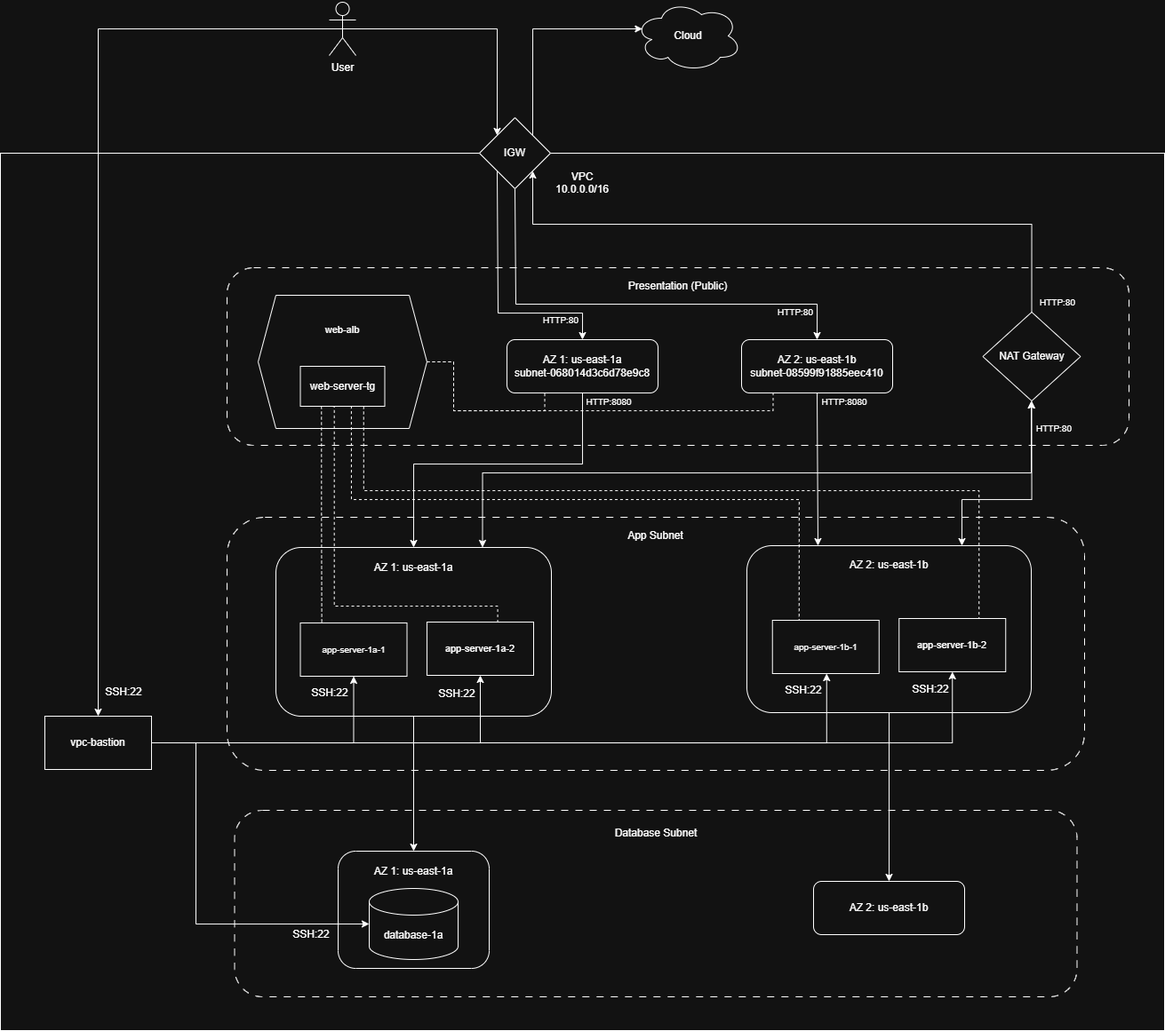
The draw.io diagram architecture/architecture-diagram.png in Jcaldana97/ce-project-three-tier-arch, before a commit. Source tidied: cells renumbered, new cells last; positions are measured from the earlier drawing's top-left corner, leaving out a move shared by most shapes.
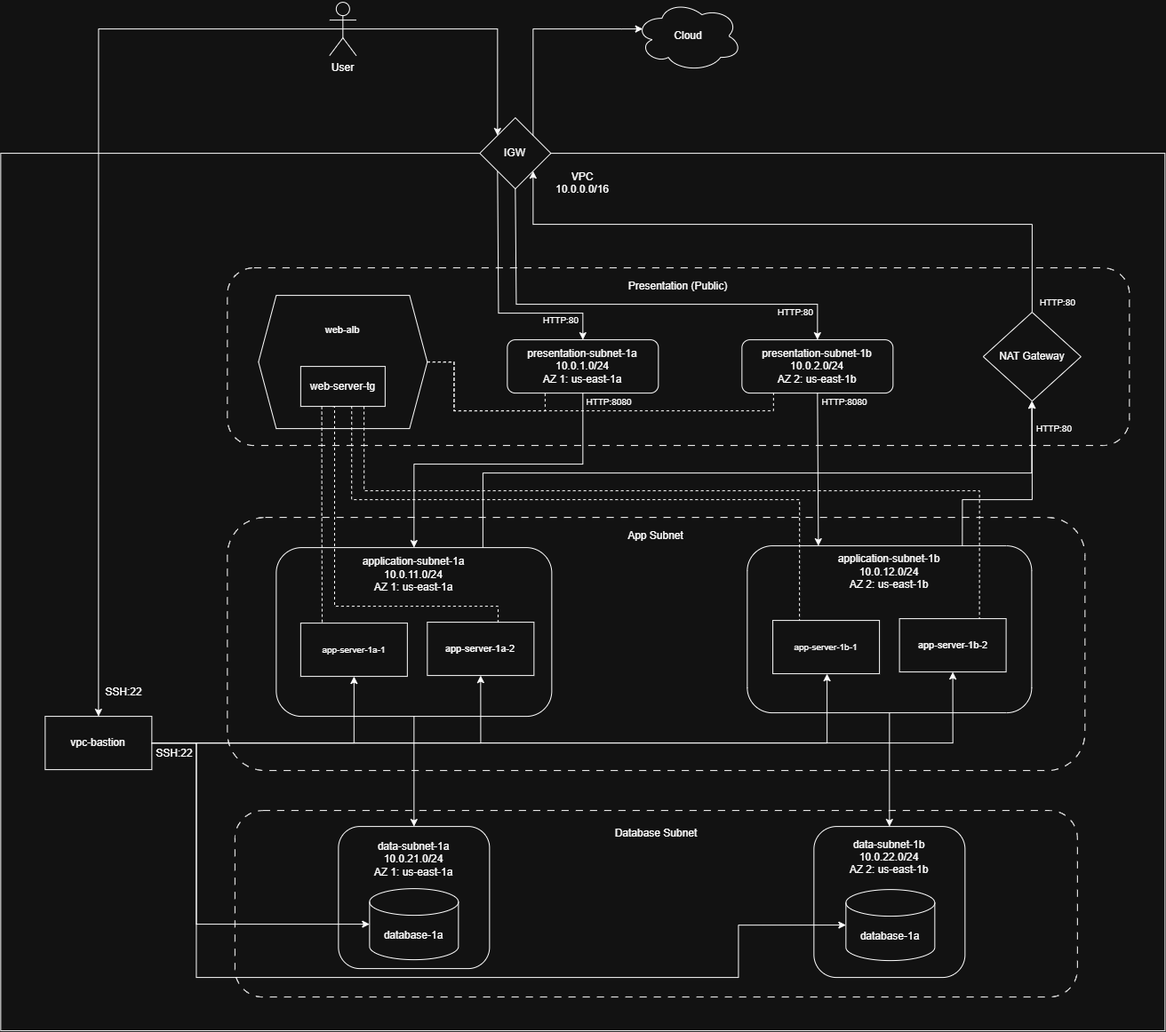
Later version of the same file.

The edit, as a diff of the source:
```diff
@@ -11,16 +11,16 @@
     <mxCell id="4" value="App Subnet&lt;div&gt;&lt;br&gt;&lt;/div&gt;&lt;div&gt;&lt;br&gt;&lt;/div&gt;&lt;div&gt;&lt;br&gt;&lt;/div&gt;&lt;div&gt;&lt;br&gt;&lt;/div&gt;&lt;div&gt;&lt;br&gt;&lt;/div&gt;&lt;div&gt;&lt;br&gt;&lt;/div&gt;&lt;div&gt;&lt;br&gt;&lt;/div&gt;&lt;div&gt;&lt;br&gt;&lt;/div&gt;&lt;div&gt;&lt;br&gt;&lt;/div&gt;&lt;div&gt;&lt;br&gt;&lt;/div&gt;&lt;div&gt;&lt;br&gt;&lt;/div&gt;&lt;div&gt;&lt;br&gt;&lt;/div&gt;&lt;div&gt;&lt;br&gt;&lt;/div&gt;&lt;div&gt;&lt;br&gt;&lt;/div&gt;&lt;div&gt;&lt;br&gt;&lt;/div&gt;&lt;div&gt;&lt;br&gt;&lt;/div&gt;&lt;div&gt;&lt;br&gt;&lt;/div&gt;" style="rounded=1;whiteSpace=wrap;html=1;dashed=1;dashPattern=8 8;" parent="1" vertex="1">
       <mxGeometry x="255" y="582" width="965" height="285" as="geometry" />
     </mxCell>
-    <mxCell id="5" value="AZ 1: us-east-1a&lt;div&gt;subnet-068014d3c6d78e9c8&lt;/div&gt;" style="rounded=1;whiteSpace=wrap;html=1;" parent="1" vertex="1">
+    <mxCell id="5" value="&lt;div&gt;presentation-subnet-1a&lt;/div&gt;&lt;div&gt;10.0.1.0/24&lt;/div&gt;AZ 1: us-east-1a" style="rounded=1;whiteSpace=wrap;html=1;" parent="1" vertex="1">
       <mxGeometry x="570" y="382" width="170" height="60" as="geometry" />
     </mxCell>
-    <mxCell id="6" value="AZ 2: us-east-1b&lt;div&gt;subnet-08599f91885eec410&lt;/div&gt;" style="rounded=1;whiteSpace=wrap;html=1;" parent="1" vertex="1">
+    <mxCell id="6" value="&lt;div&gt;presentation-subnet-1b&lt;/div&gt;&lt;div&gt;10.0.2.0/24&lt;/div&gt;AZ 2: us-east-1b" style="rounded=1;whiteSpace=wrap;html=1;" parent="1" vertex="1">
       <mxGeometry x="834" y="382" width="170" height="60" as="geometry" />
     </mxCell>
-    <mxCell id="7" value="AZ 1: us-east-1a&lt;div&gt;&lt;br&gt;&lt;/div&gt;&lt;div&gt;&lt;br&gt;&lt;/div&gt;&lt;div&gt;&lt;br&gt;&lt;/div&gt;&lt;div&gt;&lt;br&gt;&lt;/div&gt;&lt;div&gt;&lt;br&gt;&lt;/div&gt;&lt;div&gt;&lt;br&gt;&lt;/div&gt;&lt;div&gt;&lt;br&gt;&lt;/div&gt;&lt;div&gt;&lt;br&gt;&lt;/div&gt;&lt;div&gt;&lt;br&gt;&lt;/div&gt;&lt;div&gt;&lt;br&gt;&lt;/div&gt;" style="rounded=1;whiteSpace=wrap;html=1;" parent="1" vertex="1">
+    <mxCell id="7" value="&lt;div&gt;&lt;span style=&quot;background-color: transparent; color: light-dark(rgb(0, 0, 0), rgb(255, 255, 255));&quot;&gt;application-subnet-1a&lt;/span&gt;&lt;/div&gt;&lt;div&gt;10.0.11.0/24&lt;/div&gt;AZ 1: us-east-1a&lt;div&gt;&lt;br&gt;&lt;/div&gt;&lt;div&gt;&lt;br&gt;&lt;/div&gt;&lt;div&gt;&lt;br&gt;&lt;/div&gt;&lt;div&gt;&lt;br&gt;&lt;/div&gt;&lt;div&gt;&lt;br&gt;&lt;/div&gt;&lt;div&gt;&lt;br&gt;&lt;/div&gt;&lt;div&gt;&lt;br&gt;&lt;/div&gt;&lt;div&gt;&lt;br&gt;&lt;/div&gt;&lt;div&gt;&lt;br&gt;&lt;/div&gt;" style="rounded=1;whiteSpace=wrap;html=1;" parent="1" vertex="1">
       <mxGeometry x="310" y="616" width="310" height="190" as="geometry" />
     </mxCell>
-    <mxCell id="8" value="AZ 2: us-east-1b&lt;div&gt;&lt;br&gt;&lt;/div&gt;&lt;div&gt;&lt;br&gt;&lt;/div&gt;&lt;div&gt;&lt;br&gt;&lt;/div&gt;&lt;div&gt;&lt;br&gt;&lt;/div&gt;&lt;div&gt;&lt;br&gt;&lt;/div&gt;&lt;div&gt;&lt;br&gt;&lt;/div&gt;&lt;div&gt;&lt;br&gt;&lt;/div&gt;&lt;div&gt;&lt;br&gt;&lt;/div&gt;&lt;div&gt;&lt;br&gt;&lt;/div&gt;&lt;div&gt;&lt;br&gt;&lt;/div&gt;" style="rounded=1;whiteSpace=wrap;html=1;" parent="1" vertex="1">
+    <mxCell id="8" value="&lt;div&gt;&lt;div&gt;application-subnet-1b&lt;/div&gt;&lt;div&gt;10.0.12.0/24&lt;/div&gt;&lt;/div&gt;AZ 2: us-east-1b&lt;div&gt;&lt;br&gt;&lt;/div&gt;&lt;div&gt;&lt;br&gt;&lt;/div&gt;&lt;div&gt;&lt;br&gt;&lt;/div&gt;&lt;div&gt;&lt;br&gt;&lt;/div&gt;&lt;div&gt;&lt;br&gt;&lt;/div&gt;&lt;div&gt;&lt;br&gt;&lt;/div&gt;&lt;div&gt;&lt;br&gt;&lt;/div&gt;&lt;div&gt;&lt;br&gt;&lt;/div&gt;&lt;div&gt;&lt;br&gt;&lt;/div&gt;" style="rounded=1;whiteSpace=wrap;html=1;" parent="1" vertex="1">
       <mxGeometry x="840" y="614" width="320" height="188" as="geometry" />
     </mxCell>
     <mxCell id="9" style="edgeStyle=orthogonalEdgeStyle;rounded=0;jettySize=auto;html=1;exitX=0.5;exitY=0.5;exitDx=0;exitDy=0;exitPerimeter=0;entryX=0;entryY=0;entryDx=0;entryDy=0;" parent="1" edge="1" source="11" target="38">
@@ -32,11 +32,11 @@
     <mxCell id="11" value="User" style="shape=umlActor;verticalLabelPosition=bottom;verticalAlign=top;html=1;outlineConnect=0;" parent="1" vertex="1">
       <mxGeometry x="370" y="2" width="30" height="60" as="geometry" />
     </mxCell>
-    <mxCell id="12" value="AZ 1: us-east-1a&lt;div&gt;&lt;br&gt;&lt;/div&gt;&lt;div&gt;&lt;br&gt;&lt;/div&gt;&lt;div&gt;&lt;br&gt;&lt;/div&gt;&lt;div&gt;&lt;br&gt;&lt;/div&gt;&lt;div&gt;&lt;br&gt;&lt;/div&gt;&lt;div&gt;&lt;br&gt;&lt;/div&gt;" style="rounded=1;whiteSpace=wrap;html=1;" parent="1" vertex="1">
-      <mxGeometry x="380" y="958" width="170" height="132" as="geometry" />
+    <mxCell id="12" value="&lt;div&gt;&lt;div&gt;data-subnet-1a&lt;/div&gt;&lt;div&gt;10.0.21.0/24&lt;/div&gt;&lt;/div&gt;AZ 1: us-east-1a&lt;div&gt;&lt;br&gt;&lt;/div&gt;&lt;div&gt;&lt;br&gt;&lt;/div&gt;&lt;div&gt;&lt;br&gt;&lt;/div&gt;&lt;div&gt;&lt;br&gt;&lt;/div&gt;&lt;div&gt;&lt;br&gt;&lt;/div&gt;&lt;div&gt;&lt;br&gt;&lt;/div&gt;" style="rounded=1;whiteSpace=wrap;html=1;" parent="1" vertex="1">
+      <mxGeometry x="380" y="930" width="170" height="160" as="geometry" />
     </mxCell>
-    <mxCell id="13" value="AZ 2: us-east-1b" style="rounded=1;whiteSpace=wrap;html=1;" parent="1" vertex="1">
-      <mxGeometry x="915" y="992" width="170" height="60" as="geometry" />
+    <mxCell id="13" value="&lt;div&gt;&lt;div&gt;data-subnet-1b&lt;/div&gt;&lt;div&gt;10.0.22.0/24&lt;/div&gt;&lt;/div&gt;AZ 2: us-east-1b&lt;div&gt;&lt;br&gt;&lt;/div&gt;&lt;div&gt;&lt;br&gt;&lt;/div&gt;&lt;div&gt;&lt;br&gt;&lt;/div&gt;&lt;div&gt;&lt;br&gt;&lt;/div&gt;&lt;div&gt;&lt;br&gt;&lt;/div&gt;&lt;div&gt;&lt;br&gt;&lt;/div&gt;&lt;div&gt;&lt;br&gt;&lt;/div&gt;" style="rounded=1;whiteSpace=wrap;html=1;" parent="1" vertex="1">
+      <mxGeometry x="915" y="930" width="170" height="170" as="geometry" />
     </mxCell>
     <mxCell id="14" value="&lt;font style=&quot;font-size: 11px;&quot;&gt;web-alb&lt;/font&gt;&lt;div style=&quot;&quot;&gt;&lt;br&gt;&lt;/div&gt;&lt;div style=&quot;&quot;&gt;&lt;span style=&quot;font-size: 11px; white-space: pre; background-color: transparent; color: light-dark(rgb(0, 0, 0), rgb(255, 255, 255));&quot;&gt;&lt;br&gt;&lt;/span&gt;&lt;/div&gt;&lt;div style=&quot;&quot;&gt;&lt;span style=&quot;font-size: 11px; white-space: pre; background-color: transparent; color: light-dark(rgb(0, 0, 0), rgb(255, 255, 255));&quot;&gt;&lt;br&gt;&lt;/span&gt;&lt;/div&gt;&lt;div style=&quot;&quot;&gt;&lt;span style=&quot;font-size: 11px; white-space: pre; background-color: transparent; color: light-dark(rgb(0, 0, 0), rgb(255, 255, 255));&quot;&gt;&lt;br&gt;&lt;/span&gt;&lt;/div&gt;&lt;div style=&quot;&quot;&gt;&lt;span style=&quot;font-size: 11px; white-space: pre; background-color: transparent; color: light-dark(rgb(0, 0, 0), rgb(255, 255, 255));&quot;&gt;&lt;br&gt;&lt;/span&gt;&lt;/div&gt;" style="shape=hexagon;perimeter=hexagonPerimeter2;whiteSpace=wrap;html=1;fixedSize=1;align=center;" parent="1" vertex="1">
       <mxGeometry x="290" y="332" width="190" height="150" as="geometry" />
@@ -71,7 +71,7 @@
     <mxCell id="21" value="&lt;font style=&quot;font-size: 11px;&quot;&gt;app-server-1b-2&lt;/font&gt;" style="rounded=0;whiteSpace=wrap;html=1;" parent="1" vertex="1">
       <mxGeometry x="1011.2" y="696" width="120" height="60" as="geometry" />
     </mxCell>
-    <mxCell id="22" style="endArrow=classic;startArrow=classic;html=1;rounded=0;exitX=0.75;exitY=0;exitDx=0;exitDy=0;edgeStyle=orthogonalEdgeStyle;entryX=0.5;entryY=1;entryDx=0;entryDy=0;" parent="1" edge="1" source="7" target="39">
+    <mxCell id="22" style="endArrow=classic;startArrow=none;html=1;rounded=0;exitX=0.75;exitY=0;exitDx=0;exitDy=0;edgeStyle=orthogonalEdgeStyle;entryX=0.5;entryY=1;entryDx=0;entryDy=0;startFill=0;" parent="1" edge="1" source="7" target="39">
       <mxGeometry relative="1" as="geometry">
         <Array as="points">
           <mxPoint x="542.5" y="532" />
@@ -80,7 +80,7 @@
         </Array>
       </mxGeometry>
     </mxCell>
-    <mxCell id="23" style="endArrow=classic;startArrow=classic;html=1;rounded=0;exitX=0.75;exitY=0;exitDx=0;exitDy=0;edgeStyle=orthogonalEdgeStyle;entryX=0.5;entryY=1;entryDx=0;entryDy=0;" parent="1" edge="1" target="39">
+    <mxCell id="23" style="endArrow=classic;startArrow=none;html=1;rounded=0;exitX=0.75;exitY=0;exitDx=0;exitDy=0;edgeStyle=orthogonalEdgeStyle;entryX=0.5;entryY=1;entryDx=0;entryDy=0;endFill=1;startFill=0;" parent="1" edge="1" target="39">
       <mxGeometry relative="1" as="geometry">
         <mxPoint x="1082" y="614" as="sourcePoint" />
         <Array as="points">
@@ -237,20 +237,21 @@
     <mxCell id="53" value="SSH:22" style="text;html=1;whiteSpace=wrap;strokeColor=none;fillColor=none;align=center;verticalAlign=middle;rounded=0;" parent="1" vertex="1">
       <mxGeometry x="109" y="764" width="60" height="30" as="geometry" />
     </mxCell>
-    <mxCell id="54" value="SSH:22" style="text;html=1;whiteSpace=wrap;strokeColor=none;fillColor=none;align=center;verticalAlign=middle;rounded=0;" parent="1" vertex="1">
-      <mxGeometry x="341" y="765" width="60" height="30" as="geometry" />
-    </mxCell>
-    <mxCell id="55" value="SSH:22" style="text;html=1;whiteSpace=wrap;strokeColor=none;fillColor=none;align=center;verticalAlign=middle;rounded=0;" parent="1" vertex="1">
-      <mxGeometry x="484" y="766" width="60" height="30" as="geometry" />
-    </mxCell>
-    <mxCell id="56" value="SSH:22" style="text;html=1;whiteSpace=wrap;strokeColor=none;fillColor=none;align=center;verticalAlign=middle;rounded=0;" parent="1" vertex="1">
-      <mxGeometry x="874" y="762" width="60" height="30" as="geometry" />
-    </mxCell>
-    <mxCell id="57" value="SSH:22" style="text;html=1;whiteSpace=wrap;strokeColor=none;fillColor=none;align=center;verticalAlign=middle;rounded=0;" parent="1" vertex="1">
-      <mxGeometry x="1017.2" y="761" width="60" height="30" as="geometry" />
-    </mxCell>
-    <mxCell id="58" value="SSH:22" style="text;html=1;whiteSpace=wrap;strokeColor=none;fillColor=none;align=center;verticalAlign=middle;rounded=0;" parent="1" vertex="1">
-      <mxGeometry x="320" y="1037" width="60" height="30" as="geometry" />
-    </mxCell>
+    <mxCell id="59" value="database-1a" style="shape=cylinder3;whiteSpace=wrap;html=1;boundedLbl=1;backgroundOutline=1;size=15;" parent="1" vertex="1">
+      <mxGeometry x="951" y="1001" width="100" height="80" as="geometry" />
+    </mxCell>
+    <mxCell id="60" style="endArrow=classic;html=1;rounded=0;exitX=1;exitY=0.5;exitDx=0;exitDy=0;entryX=0;entryY=0.5;entryDx=0;entryDy=0;entryPerimeter=0;edgeStyle=orthogonalEdgeStyle;" parent="1" edge="1" source="45" target="59">
+      <mxGeometry relative="1" as="geometry">
+        <Array as="points">
+          <mxPoint x="220" y="836" />
+          <mxPoint x="220" y="1100" />
+          <mxPoint x="830" y="1100" />
+          <mxPoint x="830" y="1041" />
+        </Array>
+      </mxGeometry>
+    </mxCell>
+    <mxCell id="61" value="SSH:22" style="text;html=1;whiteSpace=wrap;strokeColor=none;fillColor=none;align=center;verticalAlign=middle;rounded=0;" parent="1" vertex="1">
+      <mxGeometry x="166" y="833" width="60" height="30" as="geometry" />
+    </mxCell>
   </root>
 </mxGraphModel>
```
